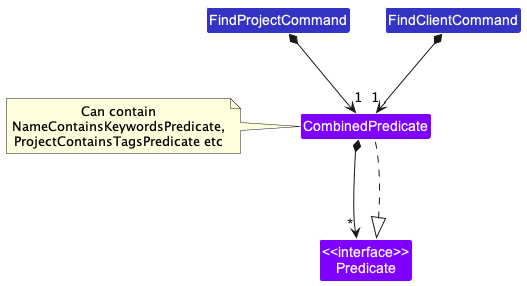
This is docs/images/CombinedPredicateClassDiagram.png from nus-cs2103-AY2223S2/tp, a PlantUML export, as it was before one commit.
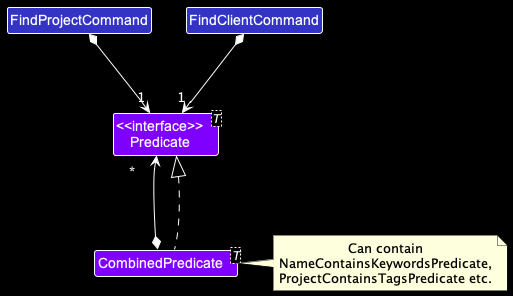
After the change.

What changed in the source:
```diff
@@ -1,15 +1,18 @@
 @startuml
 !include style.puml
+skinparam BackgroundColor #000000
+skinparam ArrowColor #FFFFFF
+skinParam DefaultFontColor #FFFFFF
 
-Class CombinedPredicate COMMON_COLOR
+Class "CombinedPredicate<T>" as CombinedPredicate COMMON_COLOR
 Class FindClientCommand LOGIC_COLOR
 Class FindProjectCommand LOGIC_COLOR
-Class "<<interface>>\nPredicate" as Predicate COMMON_COLOR
+Class "<<interface>>\nPredicate<T>" as Predicate COMMON_COLOR
 
-FindProjectCommand *-down->"1" CombinedPredicate
-FindClientCommand *-down->"1" CombinedPredicate
+FindProjectCommand *-down->"1" Predicate
+FindClientCommand *-down->"1" Predicate
 FindProjectCommand -[hidden]right-> FindClientCommand
-CombinedPredicate *-down-> "*" Predicate
+CombinedPredicate *-up-> "*" Predicate
 Predicate <|.. CombinedPredicate
-note left of CombinedPredicate : Can contain\nNameContainsKeywordsPredicate,\nProjectContainsTagsPredicate etc
+note right of CombinedPredicate : <color:black>Can contain\n<color:black>NameContainsKeywordsPredicate,\n<color:black>ProjectContainsTagsPredicate etc.
 @enduml
```
